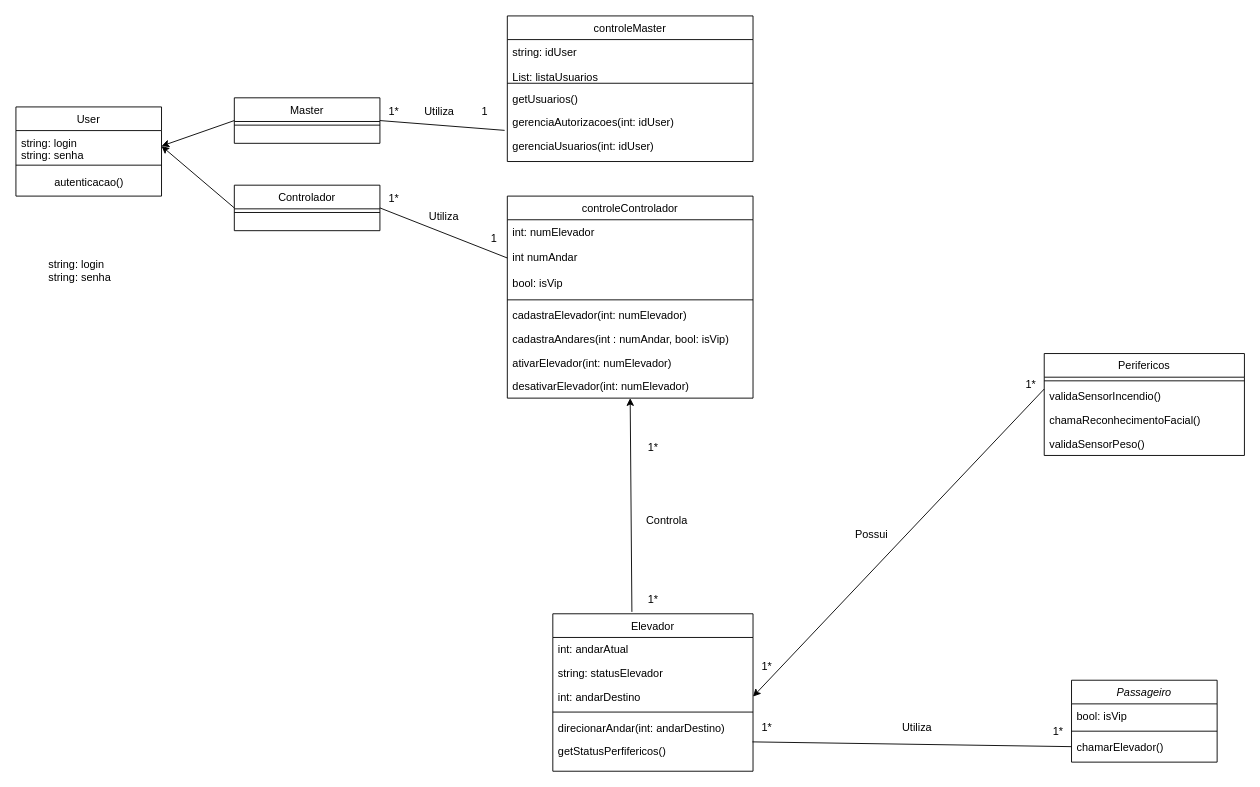
Earlier version of the draw.io diagram diagrama-de-classes.drawio (EnzoPellegrini/ElevadorProject). Source tidied: cells renumbered, new cells numbered last; positions are measured from the earlier drawing's top-left corner, leaving out a move shared by most shapes. Both pictures are drawn from the tidied source at 91%, with x=0, y=0 at pixel (15, 15).
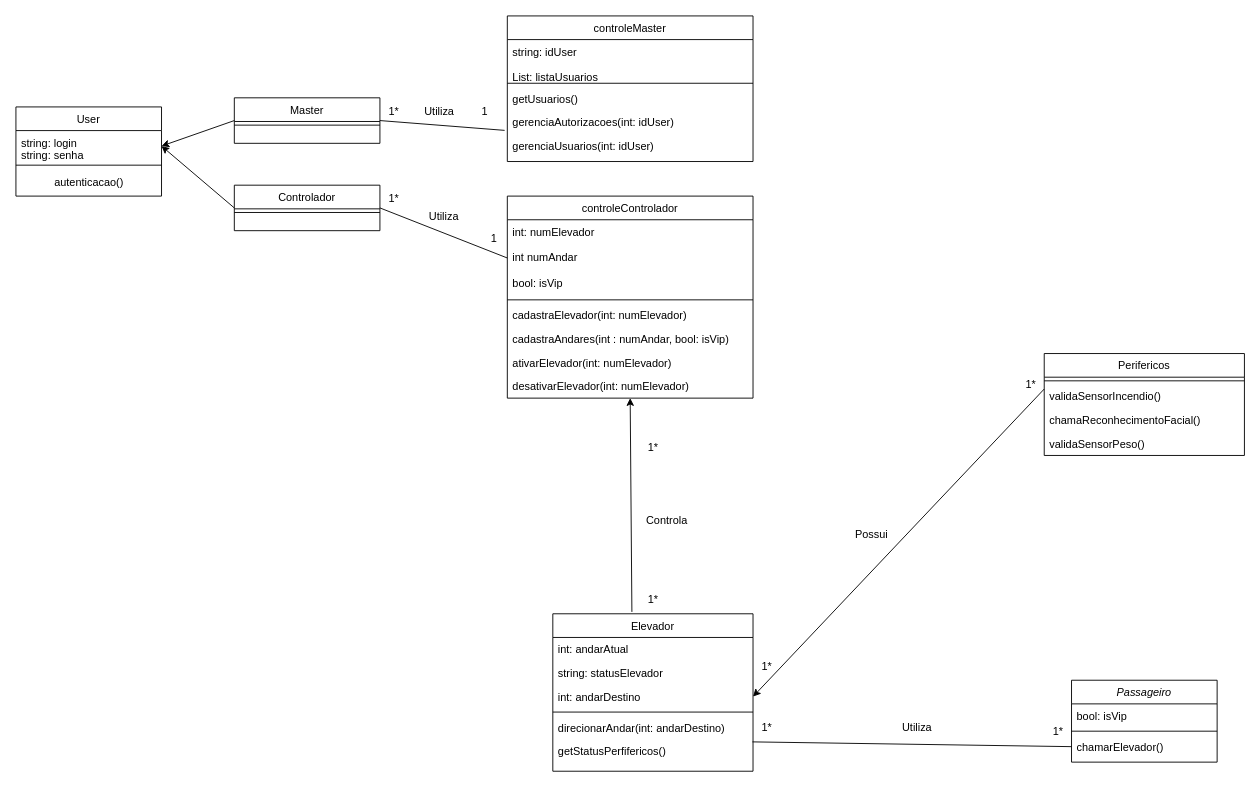
The same page after the edit.

Change to the diagram source:
```diff
@@
-    <mxCell id="29" value="string: login&#10;string: senha" style="text;align=left;verticalAlign=top;spacingLeft=4;spacingRight=4;overflow=hidden;" parent="1" vertex="1">
-      <mxGeometry x="30" y="260" width="160" height="34" as="geometry" />
-    </mxCell>
```
